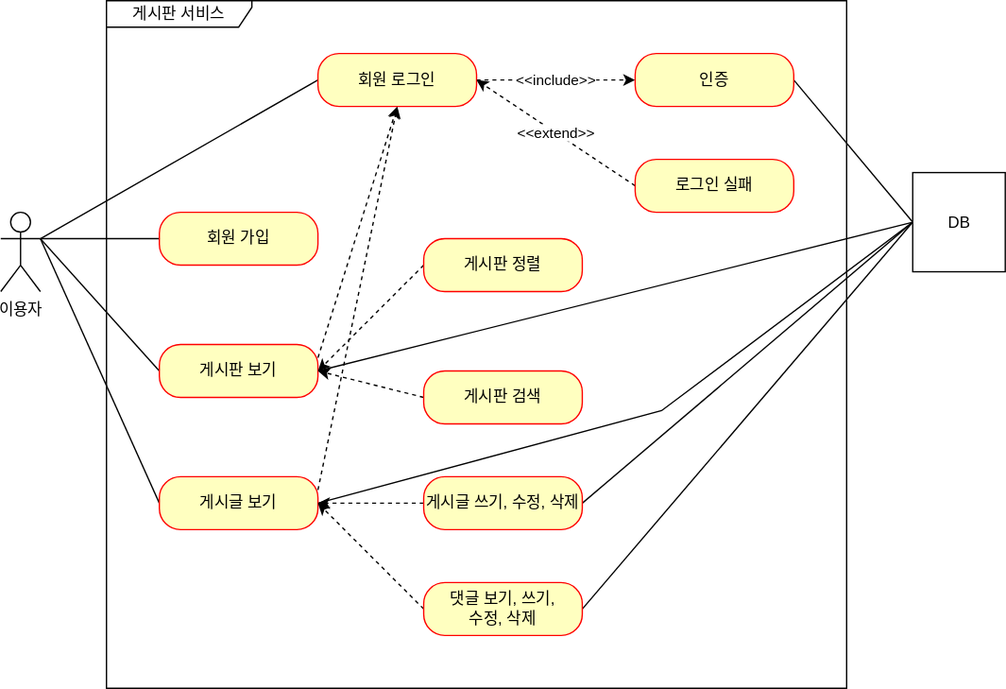
Above: document/use-case.svg in immediatelylee/PortFolio_Board_java17 (draw.io), before the change. Source tidied: cells renumbered, new cells last; positions are measured from the earlier drawing's top-left corner, leaving out a move shared by most shapes.
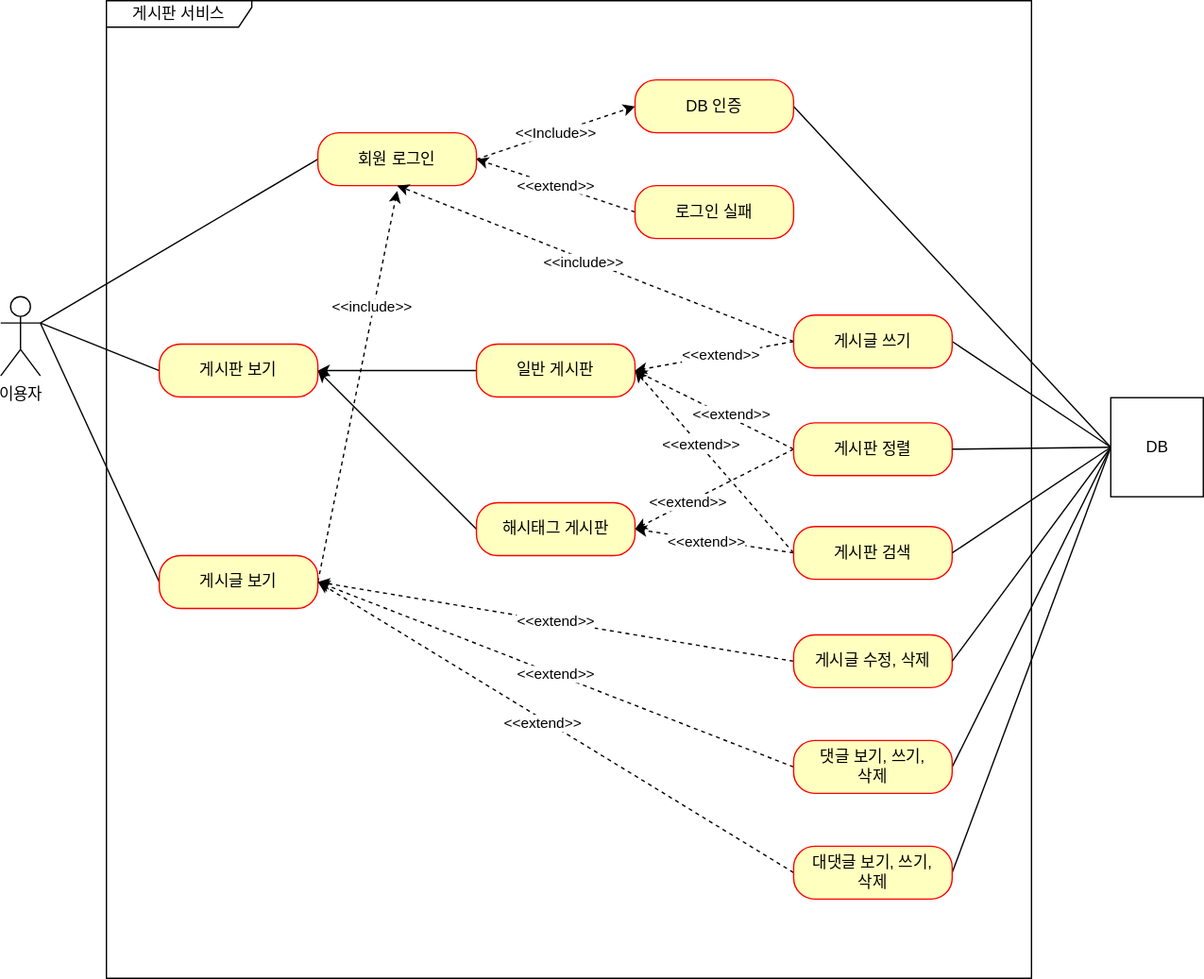
After the commit.

Commit message:
#61 - 유즈케이스 업데이트

What changed in the source:
```diff
@@ -3,108 +3,164 @@
     <mxCell id="0" />
     <mxCell id="1" parent="0" />
     <mxCell id="2" value="이용자" style="shape=umlActor;verticalLabelPosition=bottom;verticalAlign=top;html=1;" parent="1" vertex="1">
-      <mxGeometry y="160" width="30" height="60" as="geometry" />
+      <mxGeometry y="284" width="30" height="60" as="geometry" />
     </mxCell>
     <mxCell id="3" value="게시판 서비스" style="shape=umlFrame;whiteSpace=wrap;html=1;width=110;height=20;" parent="1" vertex="1">
-      <mxGeometry x="80" width="560" height="520" as="geometry" />
+      <mxGeometry x="80" y="60" width="700" height="740" as="geometry" />
     </mxCell>
-    <mxCell id="4" style="rounded=0;jettySize=auto;html=1;exitX=0;exitY=0.5;exitDx=0;exitDy=0;entryX=1;entryY=0.3333333333333333;entryDx=0;entryDy=0;entryPerimeter=0;endArrow=none;endFill=0;" parent="1" edge="1" source="5" target="2">
-      <mxGeometry relative="1" as="geometry" />
-    </mxCell>
-    <mxCell id="5" value="회원 가입" style="rounded=1;whiteSpace=wrap;html=1;arcSize=40;fontColor=#000000;fillColor=#ffffc0;strokeColor=#ff0000;" parent="1" vertex="1">
-      <mxGeometry x="120" y="160" width="120" height="40" as="geometry" />
-    </mxCell>
+    <mxCell id="32" style="rounded=0;jettySize=auto;html=1;exitX=0;exitY=0.5;exitDx=0;exitDy=0;entryX=1;entryY=0.5;entryDx=0;entryDy=0;" parent="1" edge="1" source="33" target="9">
+      <mxGeometry relative="1" as="geometry" />
+    </mxCell>
+    <mxCell id="33" value="일반 게시판" style="rounded=1;whiteSpace=wrap;html=1;arcSize=40;fontColor=#000000;fillColor=#ffffc0;strokeColor=#ff0000;" parent="1" vertex="1">
+      <mxGeometry x="360" y="320" width="120" height="40" as="geometry" />
+    </mxCell>
     <mxCell id="6" style="edgeStyle=none;rounded=0;jettySize=auto;html=1;exitX=0;exitY=0.5;exitDx=0;exitDy=0;entryX=1;entryY=0.3333333333333333;entryDx=0;entryDy=0;entryPerimeter=0;endArrow=none;endFill=0;" parent="1" edge="1" source="9" target="2">
       <mxGeometry relative="1" as="geometry" />
     </mxCell>
-    <mxCell id="7" style="edgeStyle=none;rounded=0;jettySize=auto;html=1;exitX=1;exitY=0.25;exitDx=0;exitDy=0;entryX=0.5;entryY=1;entryDx=0;entryDy=0;dashed=1;endArrow=classic;endFill=1;" parent="1" edge="1" source="9" target="16">
-      <mxGeometry relative="1" as="geometry" />
-    </mxCell>
-    <mxCell id="8" style="edgeStyle=none;rounded=0;jettySize=auto;html=1;exitX=1;exitY=0.5;exitDx=0;exitDy=0;entryX=0;entryY=0.5;entryDx=0;entryDy=0;endArrow=none;endFill=0;" parent="1" edge="1" source="9" target="31">
-      <mxGeometry relative="1" as="geometry" />
-    </mxCell>
     <mxCell id="9" value="게시판 보기" style="rounded=1;whiteSpace=wrap;html=1;arcSize=40;fontColor=#000000;fillColor=#ffffc0;strokeColor=#ff0000;" parent="1" vertex="1">
-      <mxGeometry x="120" y="260" width="120" height="40" as="geometry" />
+      <mxGeometry x="120" y="320" width="120" height="40" as="geometry" />
     </mxCell>
-    <mxCell id="10" style="edgeStyle=none;rounded=0;jettySize=auto;html=1;exitX=0;exitY=0.5;exitDx=0;exitDy=0;endArrow=none;endFill=0;" parent="1" edge="1" source="13">
-      <mxGeometry relative="1" as="geometry">
-        <mxPoint x="30" y="180" as="targetPoint" />
-      </mxGeometry>
-    </mxCell>
-    <mxCell id="11" style="edgeStyle=none;rounded=0;jettySize=auto;html=1;exitX=1;exitY=0.25;exitDx=0;exitDy=0;dashed=1;endArrow=classic;endFill=1;" parent="1" edge="1" source="13">
-      <mxGeometry relative="1" as="geometry">
-        <mxPoint x="300" y="80" as="targetPoint" />
-      </mxGeometry>
-    </mxCell>
-    <mxCell id="12" style="edgeStyle=none;rounded=0;jettySize=auto;html=1;exitX=1;exitY=0.5;exitDx=0;exitDy=0;entryX=0;entryY=0.5;entryDx=0;entryDy=0;endArrow=none;endFill=0;" parent="1" edge="1" source="13" target="31">
-      <mxGeometry relative="1" as="geometry">
-        <Array as="points">
-          <mxPoint x="500" y="310" />
-        </Array>
-      </mxGeometry>
-    </mxCell>
+    <mxCell id="34" style="edgeStyle=none;rounded=0;jettySize=auto;html=1;exitX=0;exitY=0.5;exitDx=0;exitDy=0;endArrow=none;endFill=0;" parent="1" edge="1" source="13">
+      <mxGeometry relative="1" as="geometry">
+        <mxPoint x="30" y="304" as="targetPoint" />
+      </mxGeometry>
+    </mxCell>
+    <mxCell id="35" style="edgeStyle=none;rounded=0;jettySize=auto;html=1;exitX=1;exitY=0.5;exitDx=0;exitDy=0;dashed=1;endArrow=classic;endFill=1;" parent="1" edge="1" source="13">
+      <mxGeometry relative="1" as="geometry">
+        <mxPoint x="300" y="204" as="targetPoint" />
+      </mxGeometry>
+    </mxCell>
+    <mxCell id="36" value="&amp;lt;&amp;lt;include&amp;gt;&amp;gt;" style="edgeLabel;html=1;align=center;verticalAlign=middle;" parent="35" vertex="1">
+      <mxGeometry x="0.41" y="2" relative="1" as="geometry" />
+    </mxCell>
     <mxCell id="13" value="게시글 보기" style="rounded=1;whiteSpace=wrap;html=1;arcSize=40;fontColor=#000000;fillColor=#ffffc0;strokeColor=#ff0000;" parent="1" vertex="1">
-      <mxGeometry x="120" y="360" width="120" height="40" as="geometry" />
+      <mxGeometry x="120" y="480" width="120" height="40" as="geometry" />
     </mxCell>
-    <mxCell id="14" style="edgeStyle=none;rounded=0;jettySize=auto;html=1;exitX=0;exitY=0.5;exitDx=0;exitDy=0;endArrow=none;endFill=0;" parent="1" edge="1" source="16">
-      <mxGeometry relative="1" as="geometry">
-        <mxPoint x="30" y="180" as="targetPoint" />
-      </mxGeometry>
-    </mxCell>
-    <mxCell id="15" value="&amp;lt;&amp;lt;include&amp;gt;&amp;gt;" style="edgeStyle=none;rounded=0;jettySize=auto;html=1;exitX=1;exitY=0.5;exitDx=0;exitDy=0;entryX=0;entryY=0.5;entryDx=0;entryDy=0;endArrow=classic;endFill=1;dashed=1;" parent="1" edge="1" source="16" target="18">
-      <mxGeometry relative="1" as="geometry" />
-    </mxCell>
+    <mxCell id="37" style="edgeStyle=none;rounded=0;jettySize=auto;html=1;exitX=0;exitY=0.5;exitDx=0;exitDy=0;endArrow=none;endFill=0;" parent="1" edge="1" source="16">
+      <mxGeometry relative="1" as="geometry">
+        <mxPoint x="30" y="304" as="targetPoint" />
+      </mxGeometry>
+    </mxCell>
+    <mxCell id="38" value="&amp;lt;&amp;lt;Include&amp;gt;&amp;gt;" style="rounded=0;jettySize=auto;html=1;exitX=1;exitY=0.5;exitDx=0;exitDy=0;entryX=0;entryY=0.5;entryDx=0;entryDy=0;dashed=1;" parent="1" edge="1" source="16" target="40">
+      <mxGeometry relative="1" as="geometry" />
+    </mxCell>
     <mxCell id="16" value="회원 로그인" style="rounded=1;whiteSpace=wrap;html=1;arcSize=40;fontColor=#000000;fillColor=#ffffc0;strokeColor=#ff0000;" parent="1" vertex="1">
-      <mxGeometry x="240" y="40" width="120" height="40" as="geometry" />
+      <mxGeometry x="240" y="160" width="120" height="40" as="geometry" />
     </mxCell>
-    <mxCell id="17" style="edgeStyle=none;rounded=0;jettySize=auto;html=1;exitX=1;exitY=0.5;exitDx=0;exitDy=0;entryX=0;entryY=0.5;entryDx=0;entryDy=0;endArrow=none;endFill=0;" parent="1" edge="1" source="18" target="31">
-      <mxGeometry relative="1" as="geometry" />
-    </mxCell>
-    <mxCell id="18" value="인증" style="rounded=1;whiteSpace=wrap;html=1;arcSize=40;fontColor=#000000;fillColor=#ffffc0;strokeColor=#ff0000;" parent="1" vertex="1">
-      <mxGeometry x="480" y="40" width="120" height="40" as="geometry" />
-    </mxCell>
+    <mxCell id="39" style="edgeStyle=none;rounded=0;jettySize=auto;html=1;exitX=1;exitY=0.5;exitDx=0;exitDy=0;entryX=0;entryY=0.5;entryDx=0;entryDy=0;endArrow=none;endFill=0;" parent="1" edge="1" source="40" target="31">
+      <mxGeometry relative="1" as="geometry" />
+    </mxCell>
+    <mxCell id="40" value="DB 인증" style="rounded=1;whiteSpace=wrap;html=1;arcSize=40;fontColor=#000000;fillColor=#ffffc0;strokeColor=#ff0000;" parent="1" vertex="1">
+      <mxGeometry x="480" y="120" width="120" height="40" as="geometry" />
+    </mxCell>
     <mxCell id="19" value="&amp;lt;&amp;lt;extend&amp;gt;&amp;gt;" style="edgeStyle=none;rounded=0;jettySize=auto;html=1;exitX=0;exitY=0.5;exitDx=0;exitDy=0;entryX=1;entryY=0.5;entryDx=0;entryDy=0;endArrow=classic;endFill=1;dashed=1;" parent="1" edge="1" source="20" target="16">
       <mxGeometry relative="1" as="geometry" />
     </mxCell>
     <mxCell id="20" value="로그인 실패" style="rounded=1;whiteSpace=wrap;html=1;arcSize=40;fontColor=#000000;fillColor=#ffffc0;strokeColor=#ff0000;" parent="1" vertex="1">
-      <mxGeometry x="480" y="120" width="120" height="40" as="geometry" />
+      <mxGeometry x="480" y="200" width="120" height="40" as="geometry" />
     </mxCell>
-    <mxCell id="21" style="edgeStyle=none;rounded=0;jettySize=auto;html=1;exitX=0;exitY=0.5;exitDx=0;exitDy=0;entryX=1;entryY=0.5;entryDx=0;entryDy=0;dashed=1;endArrow=classic;endFill=1;" parent="1" edge="1" source="22" target="9">
-      <mxGeometry relative="1" as="geometry" />
-    </mxCell>
+    <mxCell id="41" style="edgeStyle=none;rounded=0;jettySize=auto;html=1;exitX=0;exitY=0.5;exitDx=0;exitDy=0;entryX=1;entryY=0.5;entryDx=0;entryDy=0;dashed=1;endArrow=classic;endFill=1;" parent="1" edge="1" source="22" target="33">
+      <mxGeometry relative="1" as="geometry" />
+    </mxCell>
+    <mxCell id="42" value="&amp;lt;&amp;lt;extend&amp;gt;&amp;gt;" style="edgeLabel;html=1;align=center;verticalAlign=middle;" parent="41" vertex="1">
+      <mxGeometry x="-0.18" y="-3" relative="1" as="geometry" />
+    </mxCell>
+    <mxCell id="43" style="edgeStyle=none;rounded=0;jettySize=auto;html=1;exitX=0;exitY=0.5;exitDx=0;exitDy=0;entryX=1;entryY=0.5;entryDx=0;entryDy=0;dashed=1;" parent="1" edge="1" source="22" target="60">
+      <mxGeometry relative="1" as="geometry" />
+    </mxCell>
+    <mxCell id="44" value="&amp;lt;&amp;lt;extend&amp;gt;&amp;gt;" style="edgeLabel;html=1;align=center;verticalAlign=middle;" parent="43" vertex="1">
+      <mxGeometry x="0.33" relative="1" as="geometry">
+        <mxPoint x="-1" as="offset" />
+      </mxGeometry>
+    </mxCell>
     <mxCell id="22" value="게시판 정렬" style="rounded=1;whiteSpace=wrap;html=1;arcSize=40;fontColor=#000000;fillColor=#ffffc0;strokeColor=#ff0000;" parent="1" vertex="1">
-      <mxGeometry x="320" y="180" width="120" height="40" as="geometry" />
+      <mxGeometry x="600" y="379.5" width="120" height="40" as="geometry" />
     </mxCell>
-    <mxCell id="23" style="edgeStyle=none;rounded=0;jettySize=auto;html=1;exitX=0;exitY=0.5;exitDx=0;exitDy=0;dashed=1;endArrow=classic;endFill=1;" parent="1" edge="1" source="24">
-      <mxGeometry relative="1" as="geometry">
-        <mxPoint x="240" y="280" as="targetPoint" />
-      </mxGeometry>
-    </mxCell>
+    <mxCell id="45" style="edgeStyle=none;rounded=0;jettySize=auto;html=1;exitX=0;exitY=0.5;exitDx=0;exitDy=0;dashed=1;endArrow=classic;endFill=1;entryX=1;entryY=0.5;entryDx=0;entryDy=0;" parent="1" edge="1" source="24" target="33">
+      <mxGeometry relative="1" as="geometry" />
+    </mxCell>
+    <mxCell id="46" value="&amp;lt;&amp;lt;extend&amp;gt;&amp;gt;" style="edgeLabel;html=1;align=center;verticalAlign=middle;" parent="45" vertex="1">
+      <mxGeometry x="0.18" y="-1" relative="1" as="geometry" />
+    </mxCell>
+    <mxCell id="47" style="edgeStyle=none;rounded=0;jettySize=auto;html=1;exitX=0;exitY=0.5;exitDx=0;exitDy=0;entryX=1;entryY=0.5;entryDx=0;entryDy=0;dashed=1;" parent="1" edge="1" source="24" target="60">
+      <mxGeometry relative="1" as="geometry" />
+    </mxCell>
+    <mxCell id="48" value="&amp;lt;&amp;lt;extend&amp;gt;&amp;gt;" style="edgeLabel;html=1;align=center;verticalAlign=middle;" parent="47" vertex="1">
+      <mxGeometry x="0.11" y="2" relative="1" as="geometry">
+        <mxPoint x="1" as="offset" />
+      </mxGeometry>
+    </mxCell>
     <mxCell id="24" value="게시판 검색" style="rounded=1;whiteSpace=wrap;html=1;arcSize=40;fontColor=#000000;fillColor=#ffffc0;strokeColor=#ff0000;" parent="1" vertex="1">
-      <mxGeometry x="320" y="280" width="120" height="40" as="geometry" />
+      <mxGeometry x="600" y="458" width="120" height="40" as="geometry" />
     </mxCell>
-    <mxCell id="25" style="edgeStyle=none;rounded=0;jettySize=auto;html=1;exitX=0;exitY=0.5;exitDx=0;exitDy=0;entryX=1;entryY=0.5;entryDx=0;entryDy=0;dashed=1;endArrow=classic;endFill=1;" parent="1" edge="1" source="27" target="13">
-      <mxGeometry relative="1" as="geometry" />
-    </mxCell>
-    <mxCell id="26" style="edgeStyle=none;rounded=0;jettySize=auto;html=1;exitX=1;exitY=0.5;exitDx=0;exitDy=0;entryX=0;entryY=0.5;entryDx=0;entryDy=0;endArrow=none;endFill=0;" parent="1" edge="1" source="27" target="31">
-      <mxGeometry relative="1" as="geometry" />
-    </mxCell>
-    <mxCell id="27" value="게시글 쓰기, 수정, 삭제" style="rounded=1;whiteSpace=wrap;html=1;arcSize=40;fontColor=#000000;fillColor=#ffffc0;strokeColor=#ff0000;" parent="1" vertex="1">
-      <mxGeometry x="320" y="360" width="120" height="40" as="geometry" />
-    </mxCell>
-    <mxCell id="28" style="edgeStyle=none;rounded=0;jettySize=auto;html=1;exitX=0;exitY=0.5;exitDx=0;exitDy=0;dashed=1;endArrow=classic;endFill=1;" parent="1" edge="1" source="30">
-      <mxGeometry relative="1" as="geometry">
-        <mxPoint x="240" y="380" as="targetPoint" />
-      </mxGeometry>
-    </mxCell>
-    <mxCell id="29" style="edgeStyle=none;rounded=0;jettySize=auto;html=1;exitX=1;exitY=0.5;exitDx=0;exitDy=0;endArrow=none;endFill=0;entryX=0;entryY=0.5;entryDx=0;entryDy=0;" parent="1" edge="1" source="30" target="31">
-      <mxGeometry relative="1" as="geometry" />
-    </mxCell>
-    <mxCell id="30" value="댓글 보기, 쓰기,&lt;br&gt;수정, 삭제" style="rounded=1;whiteSpace=wrap;html=1;arcSize=40;fontColor=#000000;fillColor=#ffffc0;strokeColor=#ff0000;" parent="1" vertex="1">
-      <mxGeometry x="320" y="440" width="120" height="40" as="geometry" />
-    </mxCell>
+    <mxCell id="49" value="&amp;lt;&amp;lt;extend&amp;gt;&amp;gt;" style="edgeStyle=none;rounded=0;jettySize=auto;html=1;exitX=0;exitY=0.5;exitDx=0;exitDy=0;entryX=1;entryY=0.5;entryDx=0;entryDy=0;dashed=1;endArrow=classic;endFill=1;" parent="1" edge="1" source="50" target="13">
+      <mxGeometry relative="1" as="geometry" />
+    </mxCell>
+    <mxCell id="50" value="게시글 수정, 삭제" style="rounded=1;whiteSpace=wrap;html=1;arcSize=40;fontColor=#000000;fillColor=#ffffc0;strokeColor=#ff0000;" parent="1" vertex="1">
+      <mxGeometry x="600" y="540" width="120" height="40" as="geometry" />
+    </mxCell>
+    <mxCell id="51" style="edgeStyle=none;rounded=0;jettySize=auto;html=1;exitX=0;exitY=0.5;exitDx=0;exitDy=0;dashed=1;endArrow=classic;endFill=1;entryX=1;entryY=0.5;entryDx=0;entryDy=0;" parent="1" edge="1" source="54" target="13">
+      <mxGeometry relative="1" as="geometry" />
+    </mxCell>
+    <mxCell id="52" value="&amp;lt;&amp;lt;extend&amp;gt;&amp;gt;" style="edgeLabel;html=1;align=center;verticalAlign=middle;" parent="51" vertex="1">
+      <mxGeometry x="0.01" relative="1" as="geometry" />
+    </mxCell>
+    <mxCell id="53" style="edgeStyle=none;rounded=0;jettySize=auto;html=1;exitX=1;exitY=0.5;exitDx=0;exitDy=0;endArrow=none;endFill=0;entryX=0;entryY=0.5;entryDx=0;entryDy=0;" parent="1" edge="1" source="54" target="31">
+      <mxGeometry relative="1" as="geometry" />
+    </mxCell>
+    <mxCell id="54" value="댓글 보기, 쓰기,&lt;br&gt;삭제" style="rounded=1;whiteSpace=wrap;html=1;arcSize=40;fontColor=#000000;fillColor=#ffffc0;strokeColor=#ff0000;" parent="1" vertex="1">
+      <mxGeometry x="600" y="620" width="120" height="40" as="geometry" />
+    </mxCell>
+    <mxCell id="55" style="edgeStyle=none;rounded=0;jettySize=auto;html=1;exitX=0;exitY=0.5;exitDx=0;exitDy=0;entryX=1;entryY=0.5;entryDx=0;entryDy=0;endArrow=none;endFill=0;" parent="1" edge="1" source="31" target="50">
+      <mxGeometry relative="1" as="geometry" />
+    </mxCell>
+    <mxCell id="56" style="edgeStyle=none;rounded=0;jettySize=auto;html=1;exitX=0;exitY=0.5;exitDx=0;exitDy=0;entryX=1;entryY=0.5;entryDx=0;entryDy=0;endArrow=none;endFill=0;" parent="1" edge="1" source="31" target="24">
+      <mxGeometry relative="1" as="geometry" />
+    </mxCell>
+    <mxCell id="57" style="edgeStyle=none;rounded=0;jettySize=auto;html=1;exitX=0;exitY=0.5;exitDx=0;exitDy=0;entryX=1;entryY=0.5;entryDx=0;entryDy=0;endArrow=none;endFill=0;" parent="1" edge="1" source="31" target="22">
+      <mxGeometry relative="1" as="geometry" />
+    </mxCell>
+    <mxCell id="58" style="edgeStyle=none;rounded=0;jettySize=auto;html=1;exitX=0;exitY=0.5;exitDx=0;exitDy=0;entryX=1;entryY=0.5;entryDx=0;entryDy=0;endArrow=none;endFill=0;" parent="1" edge="1" source="31" target="66">
+      <mxGeometry relative="1" as="geometry" />
+    </mxCell>
     <mxCell id="31" value="DB" style="html=1;" parent="1" vertex="1">
-      <mxGeometry x="690" y="130" width="70" height="75" as="geometry" />
+      <mxGeometry x="840" y="360.5" width="70" height="75" as="geometry" />
     </mxCell>
+    <mxCell id="59" style="jettySize=auto;html=1;exitX=0;exitY=0.5;exitDx=0;exitDy=0;entryX=1;entryY=0.5;entryDx=0;entryDy=0;rounded=0;" parent="1" edge="1" source="60" target="9">
+      <mxGeometry relative="1" as="geometry" />
+    </mxCell>
+    <mxCell id="60" value="해시태그 게시판" style="rounded=1;whiteSpace=wrap;html=1;arcSize=40;fontColor=#000000;fillColor=#ffffc0;strokeColor=#ff0000;" parent="1" vertex="1">
+      <mxGeometry x="360" y="440" width="120" height="40" as="geometry" />
+    </mxCell>
+    <mxCell id="61" style="edgeStyle=none;rounded=0;orthogonalLoop=1;jettySize=auto;html=1;exitX=0;exitY=0.5;exitDx=0;exitDy=0;" parent="1" edge="1" source="24" target="24">
+      <mxGeometry relative="1" as="geometry" />
+    </mxCell>
+    <mxCell id="62" style="edgeStyle=none;rounded=0;jettySize=auto;html=1;exitX=0;exitY=0.5;exitDx=0;exitDy=0;entryX=1;entryY=0.5;entryDx=0;entryDy=0;dashed=1;" parent="1" edge="1" source="66" target="33">
+      <mxGeometry relative="1" as="geometry" />
+    </mxCell>
+    <mxCell id="63" value="&amp;lt;&amp;lt;extend&amp;gt;&amp;gt;" style="edgeLabel;html=1;align=center;verticalAlign=middle;" parent="62" vertex="1">
+      <mxGeometry x="-0.09" y="-1" relative="1" as="geometry" />
+    </mxCell>
+    <mxCell id="64" style="edgeStyle=none;rounded=0;jettySize=auto;html=1;exitX=0;exitY=0.5;exitDx=0;exitDy=0;entryX=0.5;entryY=1;entryDx=0;entryDy=0;endArrow=classic;endFill=1;dashed=1;" parent="1" edge="1" source="66" target="16">
+      <mxGeometry relative="1" as="geometry" />
+    </mxCell>
+    <mxCell id="65" value="&amp;lt;&amp;lt;include&amp;gt;&amp;gt;" style="edgeLabel;html=1;align=center;verticalAlign=middle;" parent="64" vertex="1">
+      <mxGeometry x="0.06" y="2" relative="1" as="geometry" />
+    </mxCell>
+    <mxCell id="66" value="게시글 쓰기" style="rounded=1;whiteSpace=wrap;html=1;arcSize=40;fontColor=#000000;fillColor=#ffffc0;strokeColor=#ff0000;" parent="1" vertex="1">
+      <mxGeometry x="600" y="298" width="120" height="40" as="geometry" />
+    </mxCell>
+    <mxCell id="67" style="edgeStyle=none;rounded=0;jettySize=auto;html=1;exitX=0;exitY=0.5;exitDx=0;exitDy=0;entryX=1;entryY=0.5;entryDx=0;entryDy=0;endArrow=classic;endFill=1;dashed=1;" parent="1" edge="1" source="70" target="13">
+      <mxGeometry relative="1" as="geometry" />
+    </mxCell>
+    <mxCell id="68" value="&amp;lt;&amp;lt;extend&amp;gt;&amp;gt;" style="edgeLabel;html=1;align=center;verticalAlign=middle;" parent="67" vertex="1">
+      <mxGeometry x="0.05" y="3" relative="1" as="geometry" />
+    </mxCell>
+    <mxCell id="69" style="edgeStyle=none;rounded=0;jettySize=auto;html=1;exitX=1;exitY=0.5;exitDx=0;exitDy=0;entryX=0;entryY=0.5;entryDx=0;entryDy=0;endArrow=none;endFill=0;" parent="1" edge="1" source="70" target="31">
+      <mxGeometry relative="1" as="geometry" />
+    </mxCell>
+    <mxCell id="70" value="대댓글 보기, 쓰기,&lt;br&gt;삭제" style="rounded=1;whiteSpace=wrap;html=1;arcSize=40;fontColor=#000000;fillColor=#ffffc0;strokeColor=#ff0000;" parent="1" vertex="1">
+      <mxGeometry x="600" y="700" width="120" height="40" as="geometry" />
+    </mxCell>
   </root>
 </mxGraphModel>
```
